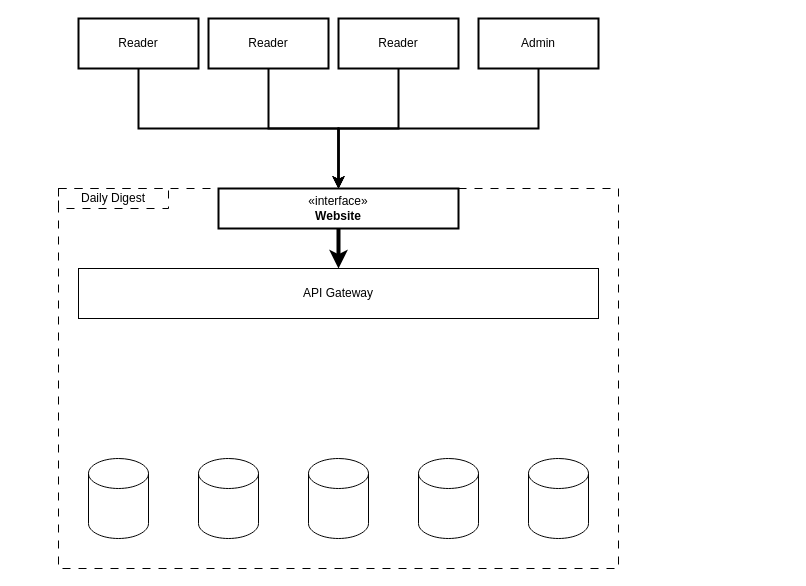
The draw.io diagram Diagram zonder titel.drawio in JakubK2004/JakubK2004, before the edit. Source tidied: cells renumbered, new cells numbered last; positions are measured from the earlier drawing's top-left corner, leaving out a move shared by most shapes. Both pictures are drawn from the tidied source at 100%, with x=0, y=0 at pixel (58, 18).
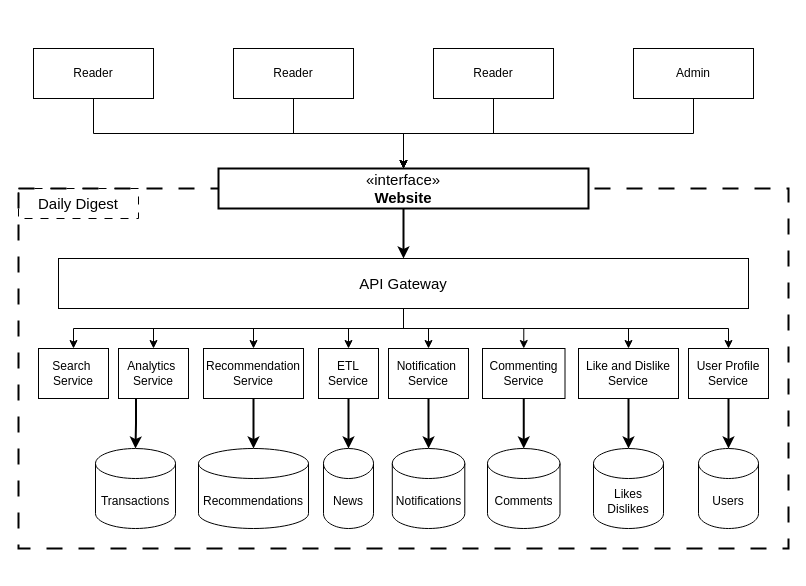
After the change.

Diff of the diagram source:
```diff
@@
-    <mxCell id="2" style="rounded=0;whiteSpace=wrap;html=1;fillColor=none;dashed=1;dashPattern=8 8;strokeWidth=1;" parent="1" vertex="1">
-      <mxGeometry y="170" width="560" height="380" as="geometry" />
+    <mxCell id="2" style="rounded=0;whiteSpace=wrap;html=1;fillColor=none;dashed=1;dashPattern=8 8;strokeWidth=2;" parent="1" vertex="1">
+      <mxGeometry x="-40" y="170" width="770" height="360" as="geometry" />
     </mxCell>
-    <mxCell id="3" style="edgeStyle=orthogonalEdgeStyle;rounded=0;jettySize=auto;html=1;exitX=0.5;exitY=1;exitDx=0;exitDy=0;strokeWidth=2;entryX=0.5;entryY=0;entryDx=0;entryDy=0;" parent="1" edge="1" source="12" target="2">
+    <mxCell id="3" style="edgeStyle=orthogonalEdgeStyle;rounded=0;jettySize=auto;html=1;exitX=0.5;exitY=1;exitDx=0;exitDy=0;strokeWidth=1;entryX=0.5;entryY=0;entryDx=0;entryDy=0;" parent="1" edge="1" source="12" target="10">
       <mxGeometry relative="1" as="geometry" />
     </mxCell>
+    <mxCell id="22" style="edgeStyle=orthogonalEdgeStyle;rounded=0;jettySize=auto;html=1;entryX=0.5;entryY=0;entryDx=0;entryDy=0;" parent="1" edge="1" source="4" target="34">
+      <mxGeometry relative="1" as="geometry" />
+    </mxCell>
+    <mxCell id="23" style="edgeStyle=orthogonalEdgeStyle;rounded=0;jettySize=auto;html=1;entryX=0.5;entryY=0;entryDx=0;entryDy=0;" parent="1" edge="1" source="4" target="35">
+      <mxGeometry relative="1" as="geometry" />
+    </mxCell>
+    <mxCell id="24" style="edgeStyle=orthogonalEdgeStyle;rounded=0;jettySize=auto;html=1;" parent="1" edge="1" source="4" target="36">
+      <mxGeometry relative="1" as="geometry" />
+    </mxCell>
+    <mxCell id="25" style="edgeStyle=orthogonalEdgeStyle;rounded=0;jettySize=auto;html=1;entryX=0.5;entryY=0;entryDx=0;entryDy=0;" parent="1" edge="1" source="4" target="37">
+      <mxGeometry relative="1" as="geometry" />
+    </mxCell>
+    <mxCell id="26" style="edgeStyle=orthogonalEdgeStyle;rounded=0;jettySize=auto;html=1;entryX=0.5;entryY=0;entryDx=0;entryDy=0;" parent="1" edge="1" source="4" target="32">
+      <mxGeometry relative="1" as="geometry" />
+    </mxCell>
+    <mxCell id="27" style="edgeStyle=orthogonalEdgeStyle;rounded=0;jettySize=auto;html=1;entryX=0.5;entryY=0;entryDx=0;entryDy=0;" parent="1" edge="1" source="4" target="33">
+      <mxGeometry relative="1" as="geometry" />
+    </mxCell>
+    <mxCell id="28" style="edgeStyle=orthogonalEdgeStyle;rounded=0;jettySize=auto;html=1;entryX=0.5;entryY=0;entryDx=0;entryDy=0;" parent="1" edge="1" source="4" target="38">
+      <mxGeometry relative="1" as="geometry" />
+    </mxCell>
+    <mxCell id="29" style="edgeStyle=orthogonalEdgeStyle;rounded=0;jettySize=auto;html=1;" parent="1" edge="1" source="4" target="39">
+      <mxGeometry relative="1" as="geometry" />
+    </mxCell>
-    <mxCell id="4" value="API Gateway" style="html=1;whiteSpace=wrap;fillColor=default;" parent="1" vertex="1">
-      <mxGeometry x="20" y="250" width="520" height="50" as="geometry" />
+    <mxCell id="4" value="&lt;font style=&quot;font-size: 15px;&quot;&gt;API Gateway&lt;/font&gt;" style="html=1;whiteSpace=wrap;fillColor=default;" parent="1" vertex="1">
+      <mxGeometry y="240" width="690" height="50" as="geometry" />
     </mxCell>
-    <mxCell id="5" style="edgeStyle=orthogonalEdgeStyle;rounded=0;jettySize=auto;html=1;exitX=0.5;exitY=1;exitDx=0;exitDy=0;entryX=0.5;entryY=0;entryDx=0;entryDy=0;strokeWidth=2;" parent="1" edge="1" source="13" target="10">
+    <mxCell id="5" style="edgeStyle=orthogonalEdgeStyle;rounded=0;jettySize=auto;html=1;exitX=0.5;exitY=1;exitDx=0;exitDy=0;entryX=0.5;entryY=0;entryDx=0;entryDy=0;strokeWidth=1;" parent="1" edge="1" source="13" target="10">
       <mxGeometry relative="1" as="geometry" />
     </mxCell>
-    <mxCell id="6" style="edgeStyle=orthogonalEdgeStyle;rounded=0;jettySize=auto;html=1;exitX=0.5;exitY=1;exitDx=0;exitDy=0;entryX=0.5;entryY=0;entryDx=0;entryDy=0;strokeWidth=2;" parent="1" edge="1" source="14" target="10">
+    <mxCell id="6" style="edgeStyle=orthogonalEdgeStyle;rounded=0;jettySize=auto;html=1;exitX=0.5;exitY=1;exitDx=0;exitDy=0;entryX=0.5;entryY=0;entryDx=0;entryDy=0;strokeWidth=1;" parent="1" edge="1" source="14" target="10">
       <mxGeometry relative="1" as="geometry" />
     </mxCell>
-    <mxCell id="7" style="edgeStyle=orthogonalEdgeStyle;rounded=0;jettySize=auto;html=1;exitX=0.5;exitY=1;exitDx=0;exitDy=0;entryX=0.5;entryY=0;entryDx=0;entryDy=0;strokeWidth=2;" parent="1" edge="1" source="15" target="10">
+    <mxCell id="7" style="edgeStyle=orthogonalEdgeStyle;rounded=0;jettySize=auto;html=1;exitX=0.5;exitY=1;exitDx=0;exitDy=0;entryX=0.5;entryY=0;entryDx=0;entryDy=0;strokeWidth=1;" parent="1" edge="1" source="15" target="10">
       <mxGeometry relative="1" as="geometry" />
     </mxCell>
-    <mxCell id="8" value="Daily Digest" style="rounded=0;whiteSpace=wrap;html=1;fillColor=none;dashed=1;strokeColor=default;dashPattern=8 8;" parent="1" vertex="1">
-      <mxGeometry y="170" width="110" height="20" as="geometry" />
+    <mxCell id="8" value="&lt;font style=&quot;font-size: 15px;&quot;&gt;Daily Digest&lt;/font&gt;" style="rounded=0;whiteSpace=wrap;html=1;fillColor=none;dashed=1;strokeColor=default;dashPattern=8 8;" parent="1" vertex="1">
+      <mxGeometry x="-40" y="170" width="120" height="30" as="geometry" />
     </mxCell>
-    <mxCell id="9" style="edgeStyle=orthogonalEdgeStyle;rounded=0;jettySize=auto;html=1;exitX=0.5;exitY=1;exitDx=0;exitDy=0;strokeWidth=4;" parent="1" edge="1" source="10" target="4">
+    <mxCell id="9" style="edgeStyle=orthogonalEdgeStyle;rounded=0;jettySize=auto;html=1;exitX=0.5;exitY=1;exitDx=0;exitDy=0;strokeWidth=2;" parent="1" edge="1" source="10" target="4">
       <mxGeometry relative="1" as="geometry" />
     </mxCell>
-    <mxCell id="10" value="«interface»&lt;br&gt;&lt;b&gt;Website&lt;/b&gt;" style="html=1;whiteSpace=wrap;strokeWidth=2;" parent="1" vertex="1">
-      <mxGeometry x="160" y="170" width="240" height="40" as="geometry" />
+    <mxCell id="10" value="&lt;font style=&quot;font-size: 15px;&quot;&gt;«interface»&lt;br&gt;&lt;b&gt;Website&lt;/b&gt;&lt;/font&gt;" style="html=1;whiteSpace=wrap;strokeWidth=2;" parent="1" vertex="1">
+      <mxGeometry x="160" y="150" width="370" height="40" as="geometry" />
     </mxCell>
-    <mxCell id="11" style="group;strokeWidth=5;" parent="1" vertex="1">
-      <mxGeometry x="20" width="520" height="50" as="geometry" />
-    </mxCell>
-    <mxCell id="12" value="Reader" style="html=1;whiteSpace=wrap;strokeWidth=2;" parent="11" vertex="1">
-      <mxGeometry width="120" height="50" as="geometry" />
-    </mxCell>
-    <mxCell id="13" value="Reader" style="html=1;whiteSpace=wrap;strokeWidth=2;" parent="11" vertex="1">
-      <mxGeometry x="130" width="120" height="50" as="geometry" />
-    </mxCell>
-    <mxCell id="14" value="Reader" style="html=1;whiteSpace=wrap;strokeWidth=2;" parent="11" vertex="1">
-      <mxGeometry x="260" width="120" height="50" as="geometry" />
-    </mxCell>
-    <mxCell id="15" value="Admin" style="html=1;whiteSpace=wrap;strokeWidth=2;" parent="11" vertex="1">
-      <mxGeometry x="400" width="120" height="50" as="geometry" />
-    </mxCell>
-    <mxCell id="16" style="group;" parent="1" vertex="1">
-      <mxGeometry x="30" y="440" width="500" height="80" as="geometry" />
-    </mxCell>
+    <mxCell id="30" value="Transactions" style="shape=cylinder3;whiteSpace=wrap;html=1;boundedLbl=1;backgroundOutline=1;size=15;" parent="1" vertex="1">
+      <mxGeometry x="37" y="430" width="80" height="80" as="geometry" />
+    </mxCell>
-    <mxCell id="17" style="shape=cylinder3;whiteSpace=wrap;html=1;boundedLbl=1;backgroundOutline=1;size=15;" parent="16" vertex="1">
-      <mxGeometry width="60" height="80" as="geometry" />
+    <mxCell id="17" value="News" style="shape=cylinder3;whiteSpace=wrap;html=1;boundedLbl=1;backgroundOutline=1;size=15;" parent="1" vertex="1">
+      <mxGeometry x="265" y="430" width="50" height="80" as="geometry" />
     </mxCell>
-    <mxCell id="18" style="shape=cylinder3;whiteSpace=wrap;html=1;boundedLbl=1;backgroundOutline=1;size=15;" parent="16" vertex="1">
-      <mxGeometry x="220" width="60" height="80" as="geometry" />
+    <mxCell id="18" value="Notifications" style="shape=cylinder3;whiteSpace=wrap;html=1;boundedLbl=1;backgroundOutline=1;size=15;" parent="1" vertex="1">
+      <mxGeometry x="333.8" y="430" width="72.5" height="80" as="geometry" />
     </mxCell>
-    <mxCell id="19" style="shape=cylinder3;whiteSpace=wrap;html=1;boundedLbl=1;backgroundOutline=1;size=15;" parent="16" vertex="1">
-      <mxGeometry x="330" width="60" height="80" as="geometry" />
+    <mxCell id="19" value="Likes&lt;div&gt;Dislikes&lt;/div&gt;" style="shape=cylinder3;whiteSpace=wrap;html=1;boundedLbl=1;backgroundOutline=1;size=15;" parent="1" vertex="1">
+      <mxGeometry x="535" y="430" width="70" height="80" as="geometry" />
     </mxCell>
-    <mxCell id="20" style="shape=cylinder3;whiteSpace=wrap;html=1;boundedLbl=1;backgroundOutline=1;size=15;" parent="16" vertex="1">
-      <mxGeometry x="440" width="60" height="80" as="geometry" />
-    </mxCell>
-    <mxCell id="21" style="shape=cylinder3;whiteSpace=wrap;html=1;boundedLbl=1;backgroundOutline=1;size=15;" parent="16" vertex="1">
-      <mxGeometry x="110" width="60" height="80" as="geometry" />
+    <mxCell id="21" value="Users" style="shape=cylinder3;whiteSpace=wrap;html=1;boundedLbl=1;backgroundOutline=1;size=15;" parent="1" vertex="1">
+      <mxGeometry x="640" y="430" width="60" height="80" as="geometry" />
     </mxCell>
+    <mxCell id="31" style="group;" parent="1" vertex="1">
+      <mxGeometry x="-20" y="330" width="730" height="50" as="geometry" />
+    </mxCell>
+    <mxCell id="32" value="Notification&amp;nbsp;&lt;div&gt;Service&lt;/div&gt;" style="html=1;whiteSpace=wrap;" parent="31" vertex="1">
+      <mxGeometry x="350" width="80" height="50" as="geometry" />
+    </mxCell>
+    <mxCell id="33" value="Commenting&lt;br&gt;Service" style="html=1;whiteSpace=wrap;" parent="31" vertex="1">
+      <mxGeometry x="444" width="82.5" height="50" as="geometry" />
+    </mxCell>
+    <mxCell id="34" value="Search&amp;nbsp;&lt;div&gt;Service&lt;/div&gt;" style="html=1;whiteSpace=wrap;" parent="31" vertex="1">
+      <mxGeometry width="70" height="50" as="geometry" />
+    </mxCell>
+    <mxCell id="35" value="Analytics&amp;nbsp;&lt;div&gt;Service&lt;/div&gt;" style="html=1;whiteSpace=wrap;" parent="31" vertex="1">
+      <mxGeometry x="80" width="70" height="50" as="geometry" />
+    </mxCell>
+    <mxCell id="36" value="Recommendation&lt;div&gt;Service&lt;/div&gt;" style="html=1;whiteSpace=wrap;" parent="31" vertex="1">
+      <mxGeometry x="165" width="100" height="50" as="geometry" />
+    </mxCell>
+    <mxCell id="37" value="ETL&lt;div&gt;Service&lt;/div&gt;" style="html=1;whiteSpace=wrap;" parent="31" vertex="1">
+      <mxGeometry x="280" width="60" height="50" as="geometry" />
+    </mxCell>
+    <mxCell id="38" value="Like and Dislike&lt;div&gt;Service&lt;/div&gt;" style="html=1;whiteSpace=wrap;" parent="31" vertex="1">
+      <mxGeometry x="540" width="100" height="50" as="geometry" />
+    </mxCell>
+    <mxCell id="39" value="User Profile&lt;br&gt;Service" style="html=1;whiteSpace=wrap;" parent="31" vertex="1">
+      <mxGeometry x="650" width="80" height="50" as="geometry" />
+    </mxCell>
+    <mxCell id="40" style="edgeStyle=orthogonalEdgeStyle;rounded=0;jettySize=auto;html=1;exitX=0.25;exitY=1;exitDx=0;exitDy=0;strokeWidth=2;" parent="1" edge="1" source="35" target="30">
+      <mxGeometry relative="1" as="geometry" />
+    </mxCell>
+    <mxCell id="41" style="edgeStyle=orthogonalEdgeStyle;rounded=0;jettySize=auto;html=1;strokeWidth=2;" parent="1" edge="1" source="37" target="17">
+      <mxGeometry relative="1" as="geometry" />
+    </mxCell>
+    <mxCell id="42" style="edgeStyle=orthogonalEdgeStyle;rounded=0;jettySize=auto;html=1;strokeWidth=2;" parent="1" edge="1" source="32" target="18">
+      <mxGeometry relative="1" as="geometry" />
+    </mxCell>
+    <mxCell id="43" style="edgeStyle=orthogonalEdgeStyle;rounded=0;jettySize=auto;html=1;strokeWidth=2;" parent="1" edge="1" source="38" target="19">
+      <mxGeometry relative="1" as="geometry" />
+    </mxCell>
+    <mxCell id="44" style="edgeStyle=orthogonalEdgeStyle;rounded=0;jettySize=auto;html=1;strokeWidth=2;" parent="1" edge="1" source="39" target="21">
+      <mxGeometry relative="1" as="geometry" />
+    </mxCell>
+    <mxCell id="45" value="Recommendations" style="shape=cylinder3;whiteSpace=wrap;html=1;boundedLbl=1;backgroundOutline=1;size=15;" parent="1" vertex="1">
+      <mxGeometry x="140" y="430" width="110" height="80" as="geometry" />
+    </mxCell>
+    <mxCell id="46" style="edgeStyle=orthogonalEdgeStyle;rounded=0;jettySize=auto;html=1;strokeWidth=2;" parent="1" edge="1" source="36" target="45">
+      <mxGeometry relative="1" as="geometry" />
+    </mxCell>
+    <mxCell id="47" value="Comments" style="shape=cylinder3;whiteSpace=wrap;html=1;boundedLbl=1;backgroundOutline=1;size=15;" parent="1" vertex="1">
+      <mxGeometry x="429" y="430" width="72.5" height="80" as="geometry" />
+    </mxCell>
+    <mxCell id="48" style="edgeStyle=orthogonalEdgeStyle;rounded=0;jettySize=auto;html=1;strokeWidth=2;" parent="1" edge="1" source="33" target="47">
+      <mxGeometry relative="1" as="geometry" />
+    </mxCell>
+    <mxCell id="49" style="group;" parent="1" vertex="1">
+      <mxGeometry x="40" y="30" width="655" height="50" as="geometry" />
+    </mxCell>
+    <mxCell id="11" style="group;strokeWidth=3;" parent="49" vertex="1">
+      <mxGeometry width="520" height="50" as="geometry" />
+    </mxCell>
+    <mxCell id="13" value="Reader" style="html=1;whiteSpace=wrap;strokeWidth=1;" parent="11" vertex="1">
+      <mxGeometry x="135" width="120" height="50" as="geometry" />
+    </mxCell>
+    <mxCell id="14" value="Reader" style="html=1;whiteSpace=wrap;strokeWidth=1;" parent="11" vertex="1">
+      <mxGeometry x="335" width="120" height="50" as="geometry" />
+    </mxCell>
+    <mxCell id="12" value="Reader" style="html=1;whiteSpace=wrap;strokeWidth=1;" parent="11" vertex="1">
+      <mxGeometry x="-65" width="120" height="50" as="geometry" />
+    </mxCell>
+    <mxCell id="15" value="Admin" style="html=1;whiteSpace=wrap;strokeWidth=1;" parent="49" vertex="1">
+      <mxGeometry x="535" width="120" height="50" as="geometry" />
+    </mxCell>
```
